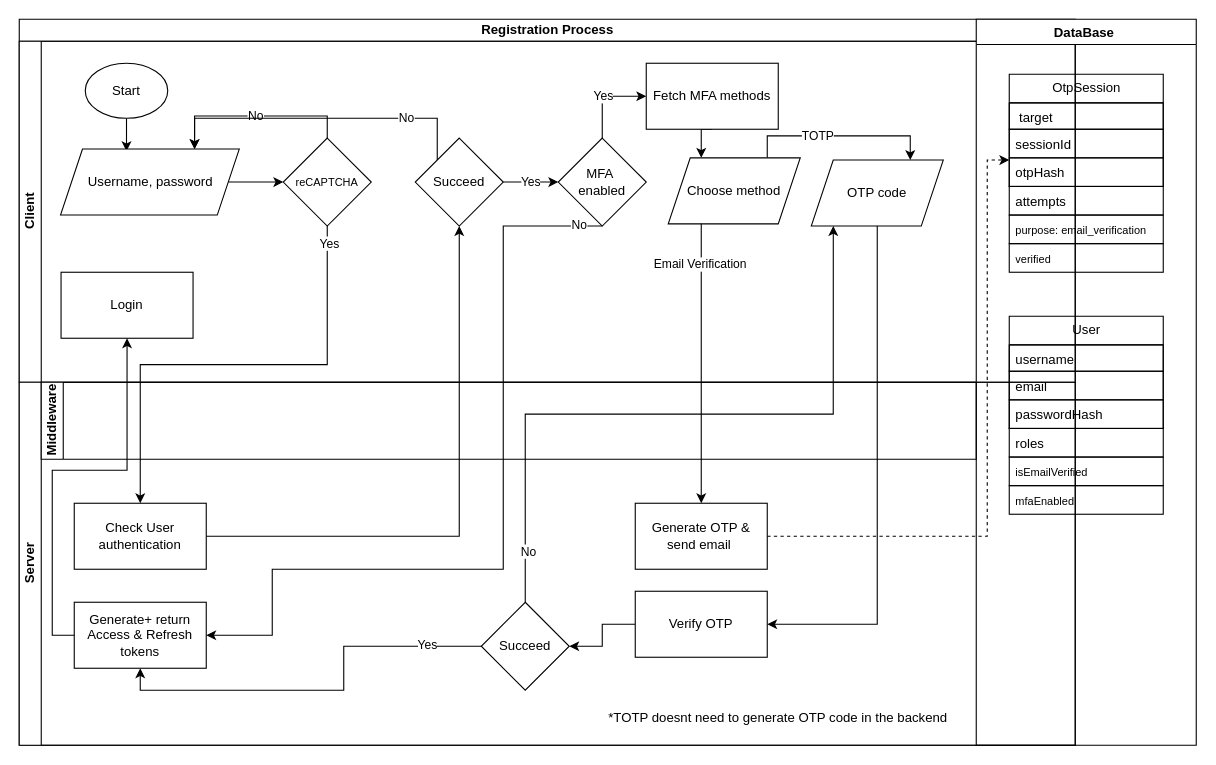
The draw.io diagram drawIO/Untitled Diagram.drawio in Thomas-aka-Eram/drawIO, before the edit. Source tidied: cells renumbered, new cells numbered last; positions are measured from the earlier drawing's top-left corner, leaving out a move shared by most shapes. Both pictures are drawn from the tidied source at 110%, with x=0, y=0 at pixel (19, 19).
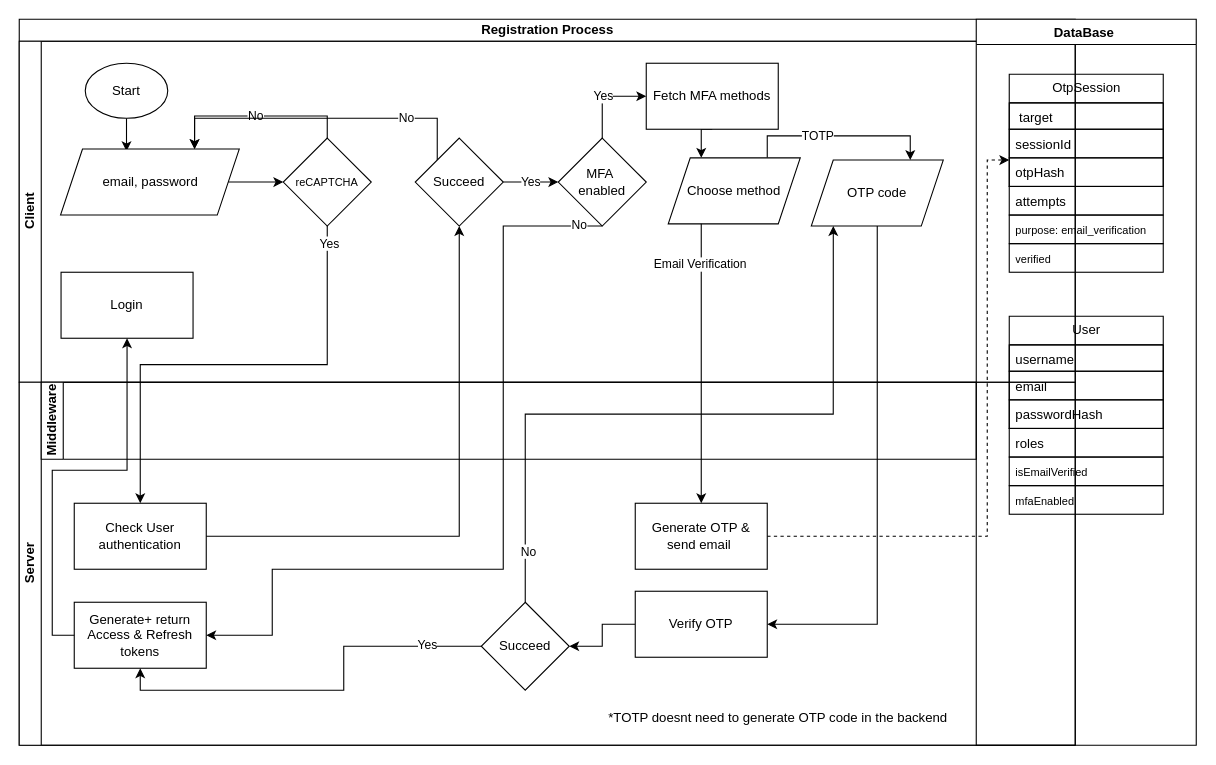
The same page after the edit.

The change refers to these unchanged cells:
```xml
<mxCell id="3" value="Client" style="swimlane;startSize=20;horizontal=0;html=1;" parent="2" vertex="1">
  <mxGeometry y="20" width="960" height="310" as="geometry" />
</mxCell>
```

Diff of the diagram source:
```diff
@@
-    <mxCell id="7" value="Username, password" style="shape=parallelogram;perimeter=parallelogramPerimeter;whiteSpace=wrap;html=1;fixedSize=1;" parent="3" vertex="1">
+    <mxCell id="7" value="email, password" style="shape=parallelogram;perimeter=parallelogramPerimeter;whiteSpace=wrap;html=1;fixedSize=1;" parent="3" vertex="1">
       <mxGeometry x="37.5" y="98" width="162.5" height="60" as="geometry" />
     </mxCell>
```
